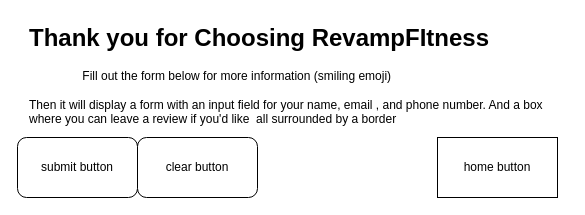
Above: docs/contact.drawio in imgouted/My-Personal-Project (draw.io), before the change. Source tidied: cells renumbered, new cells numbered last; positions are measured from the earlier drawing's top-left corner, leaving out a move shared by most shapes. Both pictures are drawn from the tidied source at 100%, with x=0, y=0 at pixel (17, 17).
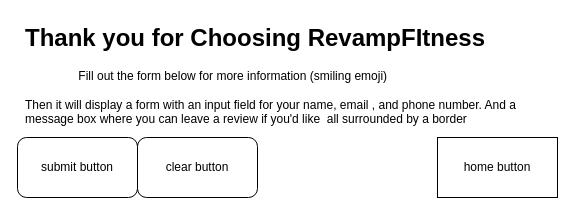
Above is the later version.

The edit, as a diff of the source:
```diff
@@
 <mxGraphModel>
   <root>
     <mxCell id="0" />
     <mxCell id="1" parent="0" />
-    <mxCell id="2" value="&lt;h1 style=&quot;margin-top: 0px;&quot;&gt;&lt;span style=&quot;background-color: initial;&quot;&gt;Thank you for Choosing RevampFItness&lt;/span&gt;&lt;/h1&gt;&lt;div&gt;&lt;span style=&quot;background-color: initial;&quot;&gt;&amp;nbsp; &amp;nbsp; &amp;nbsp; &amp;nbsp; &amp;nbsp; &amp;nbsp; &amp;nbsp; &amp;nbsp; Fill out the form below for more information (smiling emoji)&lt;/span&gt;&lt;/div&gt;&lt;div&gt;&lt;span style=&quot;background-color: initial;&quot;&gt;&lt;br&gt;&lt;/span&gt;&lt;/div&gt;&lt;div&gt;&lt;span style=&quot;background-color: initial;&quot;&gt;Then it will display a form with an input field for your name, email , and phone number. And a box where you can leave a review if you'd like&amp;nbsp; all surrounded by a border&lt;/span&gt;&lt;/div&gt;" style="text;html=1;whiteSpace=wrap;overflow=hidden;rounded=0;" parent="1" vertex="1">
-      <mxGeometry x="10" width="540" height="110" as="geometry" />
+    <mxCell id="2" value="&lt;h1 style=&quot;margin-top: 0px;&quot;&gt;&lt;span style=&quot;background-color: initial;&quot;&gt;Thank you for Choosing RevampFItness&lt;/span&gt;&lt;/h1&gt;&lt;div&gt;&lt;span style=&quot;background-color: initial;&quot;&gt;&amp;nbsp; &amp;nbsp; &amp;nbsp; &amp;nbsp; &amp;nbsp; &amp;nbsp; &amp;nbsp; &amp;nbsp; Fill out the form below for more information (smiling emoji)&lt;/span&gt;&lt;/div&gt;&lt;div&gt;&lt;span style=&quot;background-color: initial;&quot;&gt;&lt;br&gt;&lt;/span&gt;&lt;/div&gt;&lt;div&gt;&lt;span style=&quot;background-color: initial;&quot;&gt;Then it will display a form with an input field for your name, email , and phone number. And a message box where you can leave a review if you'd like&amp;nbsp; all surrounded by a border&lt;/span&gt;&lt;/div&gt;" style="text;html=1;whiteSpace=wrap;overflow=hidden;rounded=0;" parent="1" vertex="1">
+      <mxGeometry x="6" width="540" height="110" as="geometry" />
     </mxCell>
     <mxCell id="3" value="submit button" style="rounded=1;whiteSpace=wrap;html=1;" parent="1" vertex="1">
       <mxGeometry y="120" width="120" height="60" as="geometry" />
     </mxCell>
     <mxCell id="4" value="clear button" style="rounded=1;whiteSpace=wrap;html=1;" parent="1" vertex="1">
       <mxGeometry x="120" y="120" width="120" height="60" as="geometry" />
     </mxCell>
     <mxCell id="5" value="home button" style="rounded=0;whiteSpace=wrap;html=1;" parent="1" vertex="1">
       <mxGeometry x="420" y="120" width="120" height="60" as="geometry" />
     </mxCell>
   </root>
 </mxGraphModel>
```
